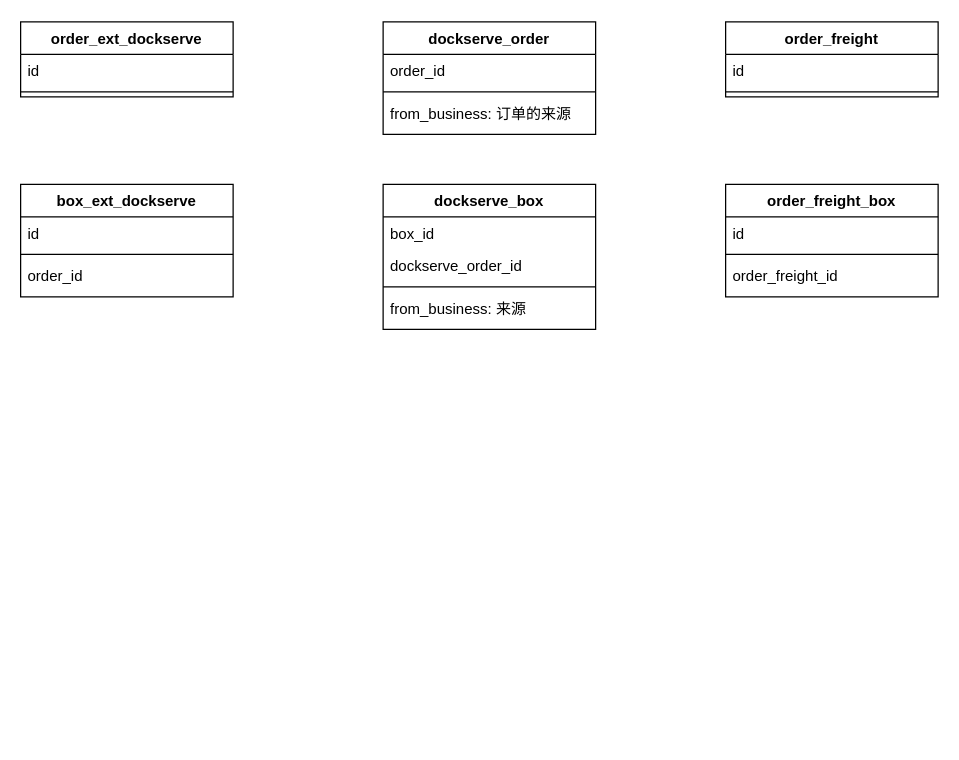
The draw.io diagram 放箱/放箱车队下单优化.drawio in gongyao1992/draw, before the edit. Source tidied: cells renumbered, new cells numbered last; positions are measured from the earlier drawing's top-left corner, leaving out a move shared by most shapes. Both pictures are drawn from the tidied source at 125%, with x=0, y=0 at pixel (20, 21).
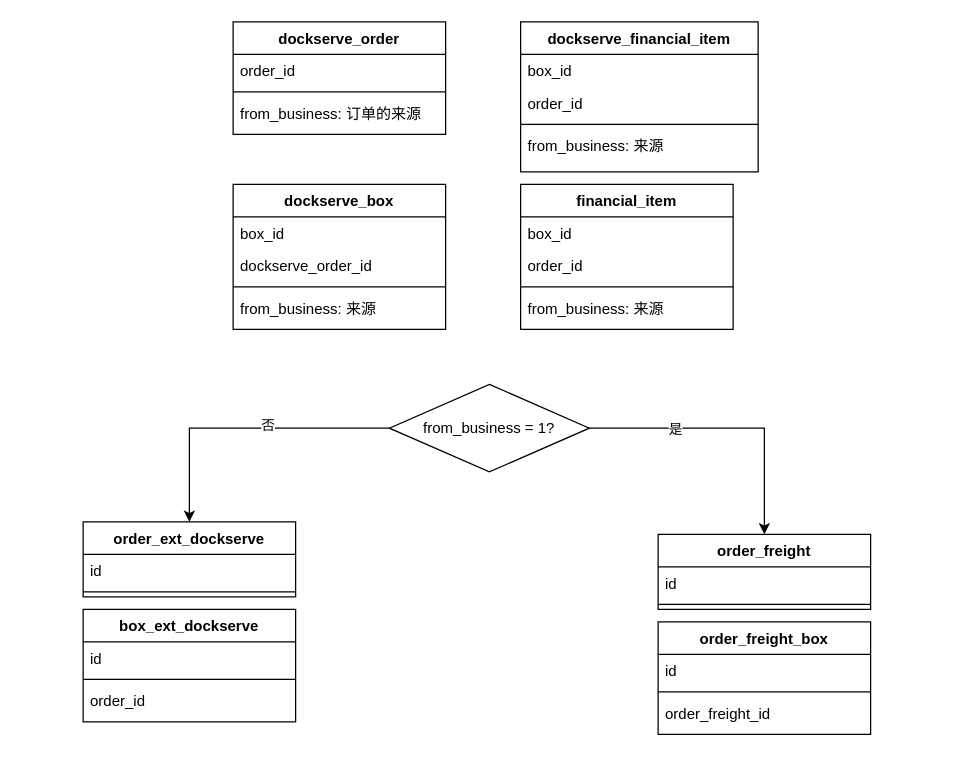
The same page after the edit.

Commit message (it also covers changes not shown here):
更新放箱车队下单优化.drawio

What changed in the source:
```diff
@@
-    <mxCell id="2" value="dockserve_order" style="swimlane;fontStyle=1;align=center;verticalAlign=top;horizontal=1;startSize=26;" parent="1" vertex="1">
-      <mxGeometry x="290" width="170" height="90" as="geometry" />
-    </mxCell>
-    <mxCell id="3" value="order_id" style="text;strokeColor=none;fillColor=none;align=left;verticalAlign=top;spacingLeft=4;spacingRight=4;overflow=hidden;" parent="2" vertex="1">
-      <mxGeometry y="26" width="170" height="26" as="geometry" />
-    </mxCell>
-    <mxCell id="4" style="line;strokeWidth=1;fillColor=none;align=left;verticalAlign=middle;spacingTop=-1;spacingLeft=3;spacingRight=3;labelPosition=right;" parent="2" vertex="1">
-      <mxGeometry y="52" width="170" height="8" as="geometry" />
-    </mxCell>
-    <mxCell id="5" value="from_business: 订单的来源" style="text;strokeColor=none;fillColor=none;align=left;verticalAlign=top;spacingLeft=4;spacingRight=4;overflow=hidden;" parent="2" vertex="1">
-      <mxGeometry y="60" width="170" height="30" as="geometry" />
-    </mxCell>
-    <mxCell id="6" value="dockserve_box" style="swimlane;fontStyle=1;align=center;verticalAlign=top;horizontal=1;startSize=26;" parent="1" vertex="1">
-      <mxGeometry x="290" y="130" width="170" height="116" as="geometry" />
-    </mxCell>
-    <mxCell id="7" value="box_id" style="text;strokeColor=none;fillColor=none;align=left;verticalAlign=top;spacingLeft=4;spacingRight=4;overflow=hidden;" parent="6" vertex="1">
-      <mxGeometry y="26" width="170" height="26" as="geometry" />
-    </mxCell>
-    <mxCell id="8" value="dockserve_order_id" style="text;strokeColor=none;fillColor=none;align=left;verticalAlign=top;spacingLeft=4;spacingRight=4;overflow=hidden;" parent="6" vertex="1">
-      <mxGeometry y="52" width="170" height="26" as="geometry" />
-    </mxCell>
-    <mxCell id="9" style="line;strokeWidth=1;fillColor=none;align=left;verticalAlign=middle;spacingTop=-1;spacingLeft=3;spacingRight=3;labelPosition=right;" parent="6" vertex="1">
-      <mxGeometry y="78" width="170" height="8" as="geometry" />
-    </mxCell>
-    <mxCell id="10" value="from_business: 来源" style="text;strokeColor=none;fillColor=none;align=left;verticalAlign=top;spacingLeft=4;spacingRight=4;overflow=hidden;" parent="6" vertex="1">
-      <mxGeometry y="86" width="170" height="30" as="geometry" />
-    </mxCell>
     <mxCell id="11" value="order_freight" style="swimlane;fontStyle=1;align=center;verticalAlign=top;horizontal=1;startSize=26;" parent="1" vertex="1">
-      <mxGeometry x="564" width="170" height="60" as="geometry" />
+      <mxGeometry x="510" y="410" width="170" height="60" as="geometry" />
     </mxCell>
@@
     <mxCell id="14" value="order_freight_box" style="swimlane;fontStyle=1;align=center;verticalAlign=top;horizontal=1;startSize=26;" parent="1" vertex="1">
-      <mxGeometry x="564" y="130" width="170" height="90" as="geometry" />
+      <mxGeometry x="510" y="480" width="170" height="90" as="geometry" />
     </mxCell>
@@
     <mxCell id="18" value="order_ext_dockserve" style="swimlane;fontStyle=1;align=center;verticalAlign=top;horizontal=1;startSize=26;" parent="1" vertex="1">
-      <mxGeometry width="170" height="60" as="geometry" />
+      <mxGeometry x="50" y="400" width="170" height="60" as="geometry" />
     </mxCell>
@@
     <mxCell id="21" value="box_ext_dockserve" style="swimlane;fontStyle=1;align=center;verticalAlign=top;horizontal=1;startSize=26;" parent="1" vertex="1">
-      <mxGeometry y="130" width="170" height="90" as="geometry" />
+      <mxGeometry x="50" y="470" width="170" height="90" as="geometry" />
     </mxCell>
@@
+    <mxCell id="25" style="edgeStyle=orthogonalEdgeStyle;rounded=0;jettySize=auto;html=1;exitX=1;exitY=0.5;exitDx=0;exitDy=0;entryX=0.5;entryY=0;entryDx=0;entryDy=0;" parent="1" edge="1" source="29" target="11">
+      <mxGeometry relative="1" as="geometry" />
+    </mxCell>
+    <mxCell id="26" value="是" style="edgeLabel;html=1;align=center;verticalAlign=middle;" parent="25" vertex="1">
+      <mxGeometry x="-0.4" relative="1" as="geometry" />
+    </mxCell>
+    <mxCell id="27" style="edgeStyle=orthogonalEdgeStyle;rounded=0;jettySize=auto;html=1;exitX=0;exitY=0.5;exitDx=0;exitDy=0;" parent="1" edge="1" source="29" target="18">
+      <mxGeometry relative="1" as="geometry" />
+    </mxCell>
+    <mxCell id="28" value="否" style="edgeLabel;html=1;align=center;verticalAlign=middle;" parent="27" vertex="1">
+      <mxGeometry x="-0.17" y="-3" relative="1" as="geometry" />
+    </mxCell>
+    <mxCell id="29" value="from_business = 1?" style="rhombus;whiteSpace=wrap;html=1;" parent="1" vertex="1">
+      <mxGeometry x="295" y="290" width="160" height="70" as="geometry" />
+    </mxCell>
+    <mxCell id="30" style="group;" parent="1" vertex="1">
+      <mxGeometry x="170" width="420" height="246" as="geometry" />
+    </mxCell>
+    <mxCell id="2" value="dockserve_order" style="swimlane;fontStyle=1;align=center;verticalAlign=top;horizontal=1;startSize=26;" parent="30" vertex="1">
+      <mxGeometry width="170" height="90" as="geometry" />
+    </mxCell>
+    <mxCell id="3" value="order_id" style="text;strokeColor=none;fillColor=none;align=left;verticalAlign=top;spacingLeft=4;spacingRight=4;overflow=hidden;" parent="2" vertex="1">
+      <mxGeometry y="26" width="170" height="26" as="geometry" />
+    </mxCell>
+    <mxCell id="4" style="line;strokeWidth=1;fillColor=none;align=left;verticalAlign=middle;spacingTop=-1;spacingLeft=3;spacingRight=3;labelPosition=right;" parent="2" vertex="1">
+      <mxGeometry y="52" width="170" height="8" as="geometry" />
+    </mxCell>
+    <mxCell id="5" value="from_business: 订单的来源" style="text;strokeColor=none;fillColor=none;align=left;verticalAlign=top;spacingLeft=4;spacingRight=4;overflow=hidden;" parent="2" vertex="1">
+      <mxGeometry y="60" width="170" height="30" as="geometry" />
+    </mxCell>
+    <mxCell id="6" value="dockserve_box" style="swimlane;fontStyle=1;align=center;verticalAlign=top;horizontal=1;startSize=26;" parent="30" vertex="1">
+      <mxGeometry y="130" width="170" height="116" as="geometry" />
+    </mxCell>
+    <mxCell id="7" value="box_id" style="text;strokeColor=none;fillColor=none;align=left;verticalAlign=top;spacingLeft=4;spacingRight=4;overflow=hidden;" parent="6" vertex="1">
+      <mxGeometry y="26" width="170" height="26" as="geometry" />
+    </mxCell>
+    <mxCell id="8" value="dockserve_order_id" style="text;strokeColor=none;fillColor=none;align=left;verticalAlign=top;spacingLeft=4;spacingRight=4;overflow=hidden;" parent="6" vertex="1">
+      <mxGeometry y="52" width="170" height="26" as="geometry" />
+    </mxCell>
+    <mxCell id="9" style="line;strokeWidth=1;fillColor=none;align=left;verticalAlign=middle;spacingTop=-1;spacingLeft=3;spacingRight=3;labelPosition=right;" parent="6" vertex="1">
+      <mxGeometry y="78" width="170" height="8" as="geometry" />
+    </mxCell>
+    <mxCell id="10" value="from_business: 来源" style="text;strokeColor=none;fillColor=none;align=left;verticalAlign=top;spacingLeft=4;spacingRight=4;overflow=hidden;" parent="6" vertex="1">
+      <mxGeometry y="86" width="170" height="30" as="geometry" />
+    </mxCell>
+    <mxCell id="31" value="financial_item" style="swimlane;fontStyle=1;align=center;verticalAlign=top;horizontal=1;startSize=26;" parent="30" vertex="1">
+      <mxGeometry x="230" y="130" width="170" height="116" as="geometry" />
+    </mxCell>
+    <mxCell id="32" value="box_id" style="text;strokeColor=none;fillColor=none;align=left;verticalAlign=top;spacingLeft=4;spacingRight=4;overflow=hidden;" parent="31" vertex="1">
+      <mxGeometry y="26" width="170" height="26" as="geometry" />
+    </mxCell>
+    <mxCell id="33" value="order_id" style="text;strokeColor=none;fillColor=none;align=left;verticalAlign=top;spacingLeft=4;spacingRight=4;overflow=hidden;" parent="31" vertex="1">
+      <mxGeometry y="52" width="170" height="26" as="geometry" />
+    </mxCell>
+    <mxCell id="34" style="line;strokeWidth=1;fillColor=none;align=left;verticalAlign=middle;spacingTop=-1;spacingLeft=3;spacingRight=3;labelPosition=right;" parent="31" vertex="1">
+      <mxGeometry y="78" width="170" height="8" as="geometry" />
+    </mxCell>
+    <mxCell id="35" value="from_business: 来源" style="text;strokeColor=none;fillColor=none;align=left;verticalAlign=top;spacingLeft=4;spacingRight=4;overflow=hidden;" parent="31" vertex="1">
+      <mxGeometry y="86" width="170" height="30" as="geometry" />
+    </mxCell>
+    <mxCell id="36" value="dockserve_financial_item" style="swimlane;fontStyle=1;align=center;verticalAlign=top;horizontal=1;startSize=26;" parent="30" vertex="1">
+      <mxGeometry x="230" width="190" height="120" as="geometry" />
+    </mxCell>
+    <mxCell id="37" value="box_id" style="text;strokeColor=none;fillColor=none;align=left;verticalAlign=top;spacingLeft=4;spacingRight=4;overflow=hidden;" parent="36" vertex="1">
+      <mxGeometry y="26" width="190" height="26" as="geometry" />
+    </mxCell>
+    <mxCell id="38" value="order_id" style="text;strokeColor=none;fillColor=none;align=left;verticalAlign=top;spacingLeft=4;spacingRight=4;overflow=hidden;" parent="36" vertex="1">
+      <mxGeometry y="52" width="190" height="26" as="geometry" />
+    </mxCell>
+    <mxCell id="39" style="line;strokeWidth=1;fillColor=none;align=left;verticalAlign=middle;spacingTop=-1;spacingLeft=3;spacingRight=3;labelPosition=right;" parent="36" vertex="1">
+      <mxGeometry y="78" width="190" height="8" as="geometry" />
+    </mxCell>
+    <mxCell id="40" value="from_business: 来源" style="text;strokeColor=none;fillColor=none;align=left;verticalAlign=top;spacingLeft=4;spacingRight=4;overflow=hidden;" parent="36" vertex="1">
+      <mxGeometry y="86" width="190" height="34" as="geometry" />
+    </mxCell>
```
